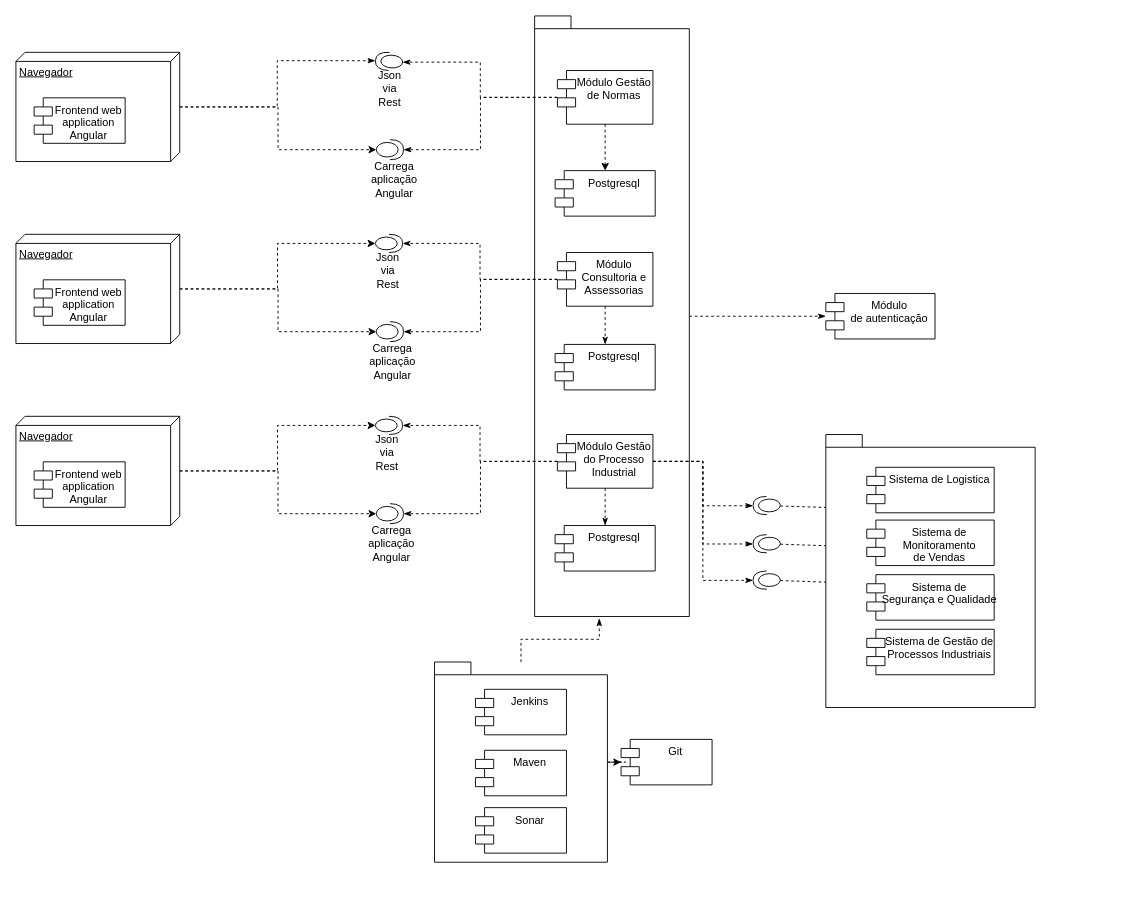
Earlier version of the draw.io diagram Diagrama de Componentes.drawio (thallysfreed/arquitetura). Source tidied: cells renumbered, new cells numbered last; positions are measured from the earlier drawing's top-left corner, leaving out a move shared by most shapes. Both pictures are drawn from the tidied source at 91%, with x=0, y=0 at pixel (15, 15).
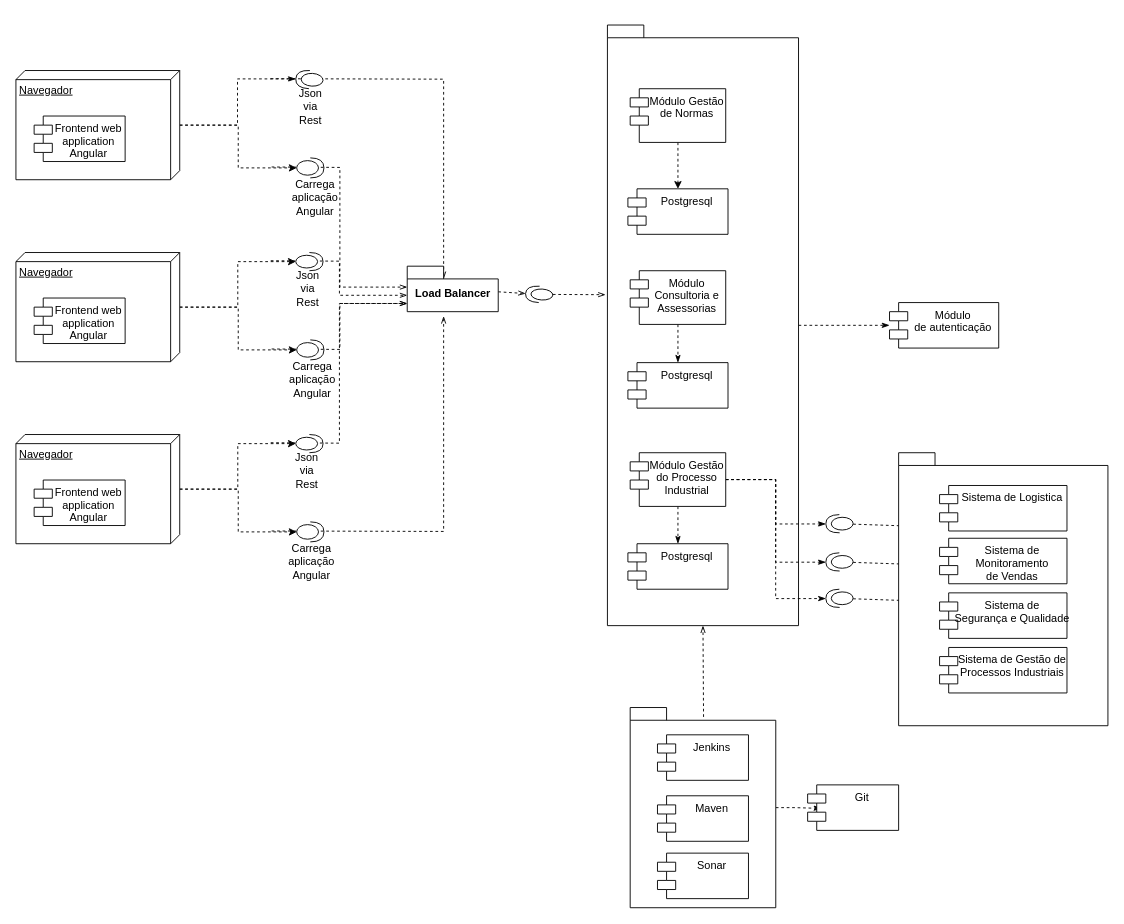
The same diagram, later.

Change to the diagram source:
```diff
@@
+    <mxCell id="67" style="edgeStyle=orthogonalEdgeStyle;rounded=0;jettySize=auto;html=1;dashed=1;startArrow=none;startFill=0;endArrow=openThin;endFill=0;entryX=0;entryY=0;entryDx=40;entryDy=14;entryPerimeter=0;" parent="1" edge="1" target="74">
+      <mxGeometry relative="1" as="geometry">
+        <mxPoint x="280" y="69" as="sourcePoint" />
+      </mxGeometry>
+    </mxCell>
     <mxCell id="2" style="shape=providedRequiredInterface;html=1;verticalLabelPosition=bottom;rotation=3;direction=west;" parent="1" vertex="1">
-      <mxGeometry x="395" y="40" width="30" height="20" as="geometry" />
+      <mxGeometry x="307.5" y="60" width="30" height="20" as="geometry" />
     </mxCell>
@@
     <mxCell id="5" value="Navegador" style="verticalAlign=top;align=left;spacingTop=8;spacingLeft=2;spacingRight=12;shape=cube;size=10;direction=south;fontStyle=4;html=1;" parent="1" vertex="1">
-      <mxGeometry y="40" width="180" height="120" as="geometry" />
+      <mxGeometry y="60" width="180" height="120" as="geometry" />
     </mxCell>
     <mxCell id="6" value="Frontend web&#10;application&#10;Angular" style="shape=module;align=left;spacingLeft=20;align=center;verticalAlign=top;" parent="1" vertex="1">
-      <mxGeometry x="20" y="90" width="100" height="50" as="geometry" />
+      <mxGeometry x="20" y="110" width="100" height="50" as="geometry" />
     </mxCell>
+    <mxCell id="68" style="edgeStyle=orthogonalEdgeStyle;rounded=0;jettySize=auto;html=1;entryX=0;entryY=0;entryDx=0;entryDy=23;entryPerimeter=0;dashed=1;startArrow=none;startFill=0;endArrow=openThin;endFill=0;" parent="1" edge="1" target="74">
+      <mxGeometry relative="1" as="geometry">
+        <mxPoint x="281" y="166" as="sourcePoint" />
+      </mxGeometry>
+    </mxCell>
     <mxCell id="7" style="shape=providedRequiredInterface;html=1;verticalLabelPosition=bottom;rotation=-180;direction=west;" parent="1" vertex="1">
-      <mxGeometry x="396" y="136" width="30" height="22" as="geometry" />
+      <mxGeometry x="308.5" y="156" width="30" height="22" as="geometry" />
     </mxCell>
@@
+    <mxCell id="69" style="edgeStyle=orthogonalEdgeStyle;rounded=0;jettySize=auto;html=1;entryX=0;entryY=0;entryDx=0;entryDy=32;entryPerimeter=0;dashed=1;startArrow=none;startFill=0;endArrow=openThin;endFill=0;" parent="1" edge="1" target="74">
+      <mxGeometry relative="1" as="geometry">
+        <mxPoint x="280" y="269" as="sourcePoint" />
+      </mxGeometry>
+    </mxCell>
     <mxCell id="9" style="shape=providedRequiredInterface;html=1;verticalLabelPosition=bottom;rotation=-180;direction=west;" parent="1" vertex="1">
-      <mxGeometry x="395" y="240" width="30" height="20" as="geometry" />
+      <mxGeometry x="307.5" y="260" width="30" height="20" as="geometry" />
     </mxCell>
@@
     <mxCell id="12" value="Navegador" style="verticalAlign=top;align=left;spacingTop=8;spacingLeft=2;spacingRight=12;shape=cube;size=10;direction=south;fontStyle=4;html=1;" parent="1" vertex="1">
-      <mxGeometry y="240" width="180" height="120" as="geometry" />
+      <mxGeometry y="260" width="180" height="120" as="geometry" />
     </mxCell>
     <mxCell id="13" value="Frontend web&#10;application&#10;Angular" style="shape=module;align=left;spacingLeft=20;align=center;verticalAlign=top;" parent="1" vertex="1">
-      <mxGeometry x="20" y="290" width="100" height="50" as="geometry" />
+      <mxGeometry x="20" y="310" width="100" height="50" as="geometry" />
     </mxCell>
+    <mxCell id="70" style="edgeStyle=orthogonalEdgeStyle;rounded=0;jettySize=auto;html=1;exitX=1;exitY=0.5;exitDx=0;exitDy=0;exitPerimeter=0;dashed=1;startArrow=none;startFill=0;endArrow=openThin;endFill=0;entryX=0;entryY=0;entryDx=0;entryDy=41;entryPerimeter=0;" parent="1" edge="1" target="74">
+      <mxGeometry relative="1" as="geometry">
+        <mxPoint x="281" y="366" as="sourcePoint" />
+      </mxGeometry>
+    </mxCell>
     <mxCell id="14" style="shape=providedRequiredInterface;html=1;verticalLabelPosition=bottom;rotation=-180;direction=west;" parent="1" vertex="1">
-      <mxGeometry x="396" y="336" width="30" height="22" as="geometry" />
+      <mxGeometry x="308.5" y="356" width="30" height="22" as="geometry" />
     </mxCell>
@@
+    <mxCell id="71" style="edgeStyle=orthogonalEdgeStyle;rounded=0;jettySize=auto;html=1;entryX=0;entryY=0;entryDx=0;entryDy=41;entryPerimeter=0;dashed=1;startArrow=none;startFill=0;endArrow=openThin;endFill=0;" parent="1" edge="1" target="74">
+      <mxGeometry relative="1" as="geometry">
+        <mxPoint x="280" y="469" as="sourcePoint" />
+      </mxGeometry>
+    </mxCell>
     <mxCell id="16" style="shape=providedRequiredInterface;html=1;verticalLabelPosition=bottom;rotation=-180;direction=west;" parent="1" vertex="1">
-      <mxGeometry x="395" y="440" width="30" height="20" as="geometry" />
+      <mxGeometry x="307.5" y="460" width="30" height="20" as="geometry" />
     </mxCell>
@@
     <mxCell id="19" value="Navegador" style="verticalAlign=top;align=left;spacingTop=8;spacingLeft=2;spacingRight=12;shape=cube;size=10;direction=south;fontStyle=4;html=1;" parent="1" vertex="1">
-      <mxGeometry y="440" width="180" height="120" as="geometry" />
+      <mxGeometry y="460" width="180" height="120" as="geometry" />
     </mxCell>
     <mxCell id="20" value="Frontend web&#10;application&#10;Angular" style="shape=module;align=left;spacingLeft=20;align=center;verticalAlign=top;" parent="1" vertex="1">
-      <mxGeometry x="20" y="490" width="100" height="50" as="geometry" />
+      <mxGeometry x="20" y="510" width="100" height="50" as="geometry" />
     </mxCell>
+    <mxCell id="72" style="edgeStyle=orthogonalEdgeStyle;rounded=0;jettySize=auto;html=1;entryX=0.4;entryY=1.1;entryDx=0;entryDy=0;entryPerimeter=0;dashed=1;startArrow=none;startFill=0;endArrow=openThin;endFill=0;" parent="1" edge="1" target="74">
+      <mxGeometry relative="1" as="geometry">
+        <mxPoint x="281" y="566" as="sourcePoint" />
+      </mxGeometry>
+    </mxCell>
     <mxCell id="21" style="shape=providedRequiredInterface;html=1;verticalLabelPosition=bottom;rotation=-180;direction=west;" parent="1" vertex="1">
-      <mxGeometry x="396" y="536" width="30" height="22" as="geometry" />
+      <mxGeometry x="308.5" y="556" width="30" height="22" as="geometry" />
     </mxCell>
     <mxCell id="22" value="Json via Rest" style="text;html=1;strokeColor=none;fillColor=none;align=center;verticalAlign=middle;whiteSpace=wrap;rounded=0;" parent="1" vertex="1">
-      <mxGeometry x="391" y="70" width="40" height="20" as="geometry" />
+      <mxGeometry x="303.5" y="90" width="40" height="20" as="geometry" />
     </mxCell>
     <mxCell id="23" value="Carrega aplicação Angular" style="text;html=1;strokeColor=none;fillColor=none;align=center;verticalAlign=middle;whiteSpace=wrap;rounded=0;" parent="1" vertex="1">
-      <mxGeometry x="396" y="170" width="40" height="20" as="geometry" />
+      <mxGeometry x="308.5" y="190" width="40" height="20" as="geometry" />
     </mxCell>
     <mxCell id="24" value="Json via Rest" style="text;html=1;strokeColor=none;fillColor=none;align=center;verticalAlign=middle;whiteSpace=wrap;rounded=0;" parent="1" vertex="1">
-      <mxGeometry x="388.5" y="270" width="40" height="20" as="geometry" />
+      <mxGeometry x="301" y="290" width="40" height="20" as="geometry" />
     </mxCell>
     <mxCell id="25" value="Carrega aplicação Angular" style="text;html=1;strokeColor=none;fillColor=none;align=center;verticalAlign=middle;whiteSpace=wrap;rounded=0;" parent="1" vertex="1">
-      <mxGeometry x="393.5" y="370" width="40" height="20" as="geometry" />
+      <mxGeometry x="306" y="390" width="40" height="20" as="geometry" />
     </mxCell>
     <mxCell id="26" value="Json via Rest" style="text;html=1;strokeColor=none;fillColor=none;align=center;verticalAlign=middle;whiteSpace=wrap;rounded=0;" parent="1" vertex="1">
-      <mxGeometry x="387.5" y="470" width="40" height="20" as="geometry" />
+      <mxGeometry x="300" y="490" width="40" height="20" as="geometry" />
     </mxCell>
     <mxCell id="27" value="Carrega aplicação Angular" style="text;html=1;strokeColor=none;fillColor=none;align=center;verticalAlign=middle;whiteSpace=wrap;rounded=0;" parent="1" vertex="1">
-      <mxGeometry x="392.5" y="570" width="40" height="20" as="geometry" />
+      <mxGeometry x="305" y="590" width="40" height="20" as="geometry" />
     </mxCell>
     <mxCell id="28" value="Módulo &#10;de autenticação" style="shape=module;align=left;spacingLeft=20;align=center;verticalAlign=top;" parent="1" vertex="1">
-      <mxGeometry x="890" y="305" width="120" height="50" as="geometry" />
+      <mxGeometry x="960" y="315" width="120" height="50" as="geometry" />
     </mxCell>
-    <mxCell id="29" style="edgeStyle=orthogonalEdgeStyle;rounded=0;jettySize=auto;html=1;dashed=1;" parent="1" edge="1" source="31" target="35">
+    <mxCell id="29" style="edgeStyle=orthogonalEdgeStyle;rounded=0;jettySize=auto;html=1;entryX=0.151;entryY=0.517;entryDx=0;entryDy=0;entryPerimeter=0;dashed=1;startArrow=none;startFill=0;endArrow=classicThin;endFill=1;" parent="1" edge="1" source="31" target="35">
       <mxGeometry relative="1" as="geometry" />
     </mxCell>
-    <mxCell id="30" style="edgeStyle=orthogonalEdgeStyle;rounded=0;jettySize=auto;html=1;entryX=0.418;entryY=1.003;entryDx=0;entryDy=0;entryPerimeter=0;dashed=1;startArrow=none;startFill=0;endArrow=classicThin;endFill=1;" parent="1" edge="1" source="31" target="48">
+    <mxCell id="30" style="edgeStyle=none;rounded=0;jettySize=auto;html=1;entryX=0.5;entryY=1;entryDx=0;entryDy=0;entryPerimeter=0;dashed=1;startArrow=none;startFill=0;endArrow=openThin;endFill=0;exitX=0.504;exitY=0.047;exitDx=0;exitDy=0;exitPerimeter=0;" parent="1" edge="1" source="31" target="48">
       <mxGeometry relative="1" as="geometry" />
     </mxCell>
     <mxCell id="31" style="shape=folder;fontStyle=1;spacingTop=10;tabWidth=40;tabHeight=14;tabPosition=left;html=1;" parent="1" vertex="1">
-      <mxGeometry x="460" y="710" width="190" height="220" as="geometry" />
+      <mxGeometry x="675" y="760" width="160" height="220" as="geometry" />
     </mxCell>
     <mxCell id="32" value="Jenkins&#10;" style="shape=module;align=left;spacingLeft=20;align=center;verticalAlign=top;" parent="1" vertex="1">
-      <mxGeometry x="505" y="740" width="100" height="50" as="geometry" />
+      <mxGeometry x="705" y="790" width="100" height="50" as="geometry" />
     </mxCell>
     <mxCell id="33" value="Maven" style="shape=module;align=left;spacingLeft=20;align=center;verticalAlign=top;" parent="1" vertex="1">
-      <mxGeometry x="505" y="807" width="100" height="50" as="geometry" />
+      <mxGeometry x="705" y="857" width="100" height="50" as="geometry" />
     </mxCell>
     <mxCell id="34" value="Sonar" style="shape=module;align=left;spacingLeft=20;align=center;verticalAlign=top;" parent="1" vertex="1">
-      <mxGeometry x="505" y="870" width="100" height="50" as="geometry" />
+      <mxGeometry x="705" y="920" width="100" height="50" as="geometry" />
     </mxCell>
     <mxCell id="35" value="Git" style="shape=module;align=left;spacingLeft=20;align=center;verticalAlign=top;" parent="1" vertex="1">
-      <mxGeometry x="665" y="795" width="100" height="50" as="geometry" />
+      <mxGeometry x="870" y="845" width="100" height="50" as="geometry" />
     </mxCell>
     <mxCell id="36" style="shape=folder;fontStyle=1;spacingTop=10;tabWidth=40;tabHeight=14;tabPosition=left;html=1;" parent="1" vertex="1">
-      <mxGeometry x="890" y="460" width="230" height="300" as="geometry" />
+      <mxGeometry x="970" y="480" width="230" height="300" as="geometry" />
     </mxCell>
     <mxCell id="37" value="Sistema de Logistica" style="shape=module;align=left;spacingLeft=20;align=center;verticalAlign=top;" parent="1" vertex="1">
-      <mxGeometry x="935" y="496" width="140" height="50" as="geometry" />
+      <mxGeometry x="1015" y="516" width="140" height="50" as="geometry" />
     </mxCell>
     <mxCell id="38" value="Sistema de &#10;Monitoramento &#10;de Vendas" style="shape=module;align=left;spacingLeft=20;align=center;verticalAlign=top;" parent="1" vertex="1">
-      <mxGeometry x="935" y="554" width="140" height="50" as="geometry" />
+      <mxGeometry x="1015" y="574" width="140" height="50" as="geometry" />
     </mxCell>
     <mxCell id="39" value="Sistema de &#10;Segurança e Qualidade" style="shape=module;align=left;spacingLeft=20;align=center;verticalAlign=top;" parent="1" vertex="1">
-      <mxGeometry x="935" y="614" width="140" height="50" as="geometry" />
+      <mxGeometry x="1015" y="634" width="140" height="50" as="geometry" />
     </mxCell>
     <mxCell id="40" value="Sistema de Gestão de&#10;Processos Industriais&#10;" style="shape=module;align=left;spacingLeft=20;align=center;verticalAlign=top;" parent="1" vertex="1">
-      <mxGeometry x="935" y="674" width="140" height="50" as="geometry" />
+      <mxGeometry x="1015" y="694" width="140" height="50" as="geometry" />
     </mxCell>
     <mxCell id="41" style="rounded=0;jettySize=auto;html=1;dashed=1;startArrow=none;startFill=0;endArrow=none;endFill=0;" parent="1" edge="1" source="42">
       <mxGeometry relative="1" as="geometry">
-        <mxPoint x="890" y="540.2" as="targetPoint" />
+        <mxPoint x="970" y="560.2" as="targetPoint" />
       </mxGeometry>
     </mxCell>
     <mxCell id="42" style="shape=providedRequiredInterface;html=1;verticalLabelPosition=bottom;rotation=-1;direction=west;" parent="1" vertex="1">
-      <mxGeometry x="810" y="528" width="30" height="20" as="geometry" />
+      <mxGeometry x="890" y="548" width="30" height="20" as="geometry" />
     </mxCell>
     <mxCell id="43" style="rounded=0;jettySize=auto;html=1;dashed=1;startArrow=none;startFill=0;endArrow=none;endFill=0;" parent="1" edge="1" source="44">
       <mxGeometry relative="1" as="geometry">
-        <mxPoint x="890" y="582.2" as="targetPoint" />
+        <mxPoint x="970" y="602.2" as="targetPoint" />
       </mxGeometry>
     </mxCell>
     <mxCell id="44" style="shape=providedRequiredInterface;html=1;verticalLabelPosition=bottom;rotation=-1;direction=west;" parent="1" vertex="1">
-      <mxGeometry x="810" y="570" width="30" height="20" as="geometry" />
+      <mxGeometry x="890" y="590" width="30" height="20" as="geometry" />
     </mxCell>
     <mxCell id="45" style="rounded=0;jettySize=auto;html=1;dashed=1;startArrow=none;startFill=0;endArrow=none;endFill=0;" parent="1" edge="1" source="46">
       <mxGeometry relative="1" as="geometry">
-        <mxPoint x="890" y="622.2" as="targetPoint" />
+        <mxPoint x="970" y="642.2" as="targetPoint" />
       </mxGeometry>
     </mxCell>
     <mxCell id="46" style="shape=providedRequiredInterface;html=1;verticalLabelPosition=bottom;rotation=-1;direction=west;" parent="1" vertex="1">
-      <mxGeometry x="810" y="610" width="30" height="20" as="geometry" />
+      <mxGeometry x="890" y="630" width="30" height="20" as="geometry" />
     </mxCell>
-    <mxCell id="47" style="edgeStyle=orthogonalEdgeStyle;rounded=0;jettySize=auto;html=1;dashed=1;startArrow=none;startFill=0;endArrow=classicThin;endFill=1;" parent="1" edge="1" source="48" target="28">
+    <mxCell id="47" style="rounded=0;jettySize=auto;html=1;dashed=1;startArrow=none;startFill=0;endArrow=classicThin;endFill=1;" parent="1" edge="1" source="48" target="28">
       <mxGeometry relative="1" as="geometry" />
     </mxCell>
     <mxCell id="48" style="shape=folder;fontStyle=1;spacingTop=10;tabWidth=40;tabHeight=14;tabPosition=left;html=1;" parent="1" vertex="1">
-      <mxGeometry x="570" width="170" height="660" as="geometry" />
+      <mxGeometry x="650" y="10" width="210" height="660" as="geometry" />
     </mxCell>
@@
-    <mxCell id="50" style="edgeStyle=orthogonalEdgeStyle;rounded=0;jettySize=auto;html=1;entryX=0;entryY=0.5;entryDx=0;entryDy=0;entryPerimeter=0;dashed=1;startArrow=none;startFill=0;endArrow=classicThin;endFill=1;" parent="1" edge="1" source="52" target="2">
-      <mxGeometry relative="1" as="geometry" />
-    </mxCell>
-    <mxCell id="51" style="edgeStyle=orthogonalEdgeStyle;rounded=0;jettySize=auto;html=1;entryX=1;entryY=0.5;entryDx=0;entryDy=0;entryPerimeter=0;dashed=1;startArrow=none;startFill=0;endArrow=classicThin;endFill=1;" parent="1" edge="1" source="52" target="7">
-      <mxGeometry relative="1" as="geometry" />
-    </mxCell>
     <mxCell id="52" value="Módulo Gestão&#10;de Normas" style="shape=module;align=left;spacingLeft=20;align=center;verticalAlign=top;" parent="1" vertex="1">
-      <mxGeometry x="595" y="60" width="105" height="59" as="geometry" />
+      <mxGeometry x="675" y="80" width="105" height="59" as="geometry" />
     </mxCell>
@@
-    <mxCell id="54" style="edgeStyle=orthogonalEdgeStyle;rounded=0;jettySize=auto;html=1;entryX=1;entryY=0.5;entryDx=0;entryDy=0;entryPerimeter=0;dashed=1;startArrow=none;startFill=0;endArrow=classicThin;endFill=1;" parent="1" edge="1" source="56" target="9">
-      <mxGeometry relative="1" as="geometry" />
-    </mxCell>
-    <mxCell id="55" style="edgeStyle=orthogonalEdgeStyle;rounded=0;jettySize=auto;html=1;entryX=1;entryY=0.5;entryDx=0;entryDy=0;entryPerimeter=0;dashed=1;startArrow=none;startFill=0;endArrow=classicThin;endFill=1;" parent="1" edge="1" source="56" target="14">
-      <mxGeometry relative="1" as="geometry" />
-    </mxCell>
     <mxCell id="56" value="Módulo&#10;Consultoria e&#10;Assessorias" style="shape=module;align=left;spacingLeft=20;align=center;verticalAlign=top;" parent="1" vertex="1">
-      <mxGeometry x="595" y="260" width="105" height="59" as="geometry" />
+      <mxGeometry x="675" y="280" width="105" height="59" as="geometry" />
     </mxCell>
@@
-    <mxCell id="61" style="edgeStyle=orthogonalEdgeStyle;rounded=0;jettySize=auto;html=1;entryX=1;entryY=0.5;entryDx=0;entryDy=0;entryPerimeter=0;dashed=1;startArrow=none;startFill=0;endArrow=classicThin;endFill=1;" parent="1" edge="1" source="63" target="16">
-      <mxGeometry relative="1" as="geometry" />
-    </mxCell>
-    <mxCell id="62" style="edgeStyle=orthogonalEdgeStyle;rounded=0;jettySize=auto;html=1;entryX=1;entryY=0.5;entryDx=0;entryDy=0;entryPerimeter=0;dashed=1;startArrow=none;startFill=0;endArrow=classicThin;endFill=1;" parent="1" edge="1" source="63" target="21">
-      <mxGeometry relative="1" as="geometry" />
-    </mxCell>
     <mxCell id="63" value="Módulo Gestão&#10;do Processo&#10;Industrial" style="shape=module;align=left;spacingLeft=20;align=center;verticalAlign=top;" parent="1" vertex="1">
-      <mxGeometry x="595" y="460" width="105" height="59" as="geometry" />
+      <mxGeometry x="675" y="480" width="105" height="59" as="geometry" />
     </mxCell>
     <mxCell id="64" value="Postgresql" style="shape=module;align=left;spacingLeft=20;align=center;verticalAlign=top;" parent="1" vertex="1">
-      <mxGeometry x="592.5" y="170" width="110" height="50" as="geometry" />
+      <mxGeometry x="672.5" y="190" width="110" height="50" as="geometry" />
     </mxCell>
     <mxCell id="65" value="Postgresql" style="shape=module;align=left;spacingLeft=20;align=center;verticalAlign=top;" parent="1" vertex="1">
-      <mxGeometry x="592.5" y="361" width="110" height="50" as="geometry" />
+      <mxGeometry x="672.5" y="381" width="110" height="50" as="geometry" />
     </mxCell>
     <mxCell id="66" value="Postgresql" style="shape=module;align=left;spacingLeft=20;align=center;verticalAlign=top;" parent="1" vertex="1">
-      <mxGeometry x="592.5" y="560" width="110" height="50" as="geometry" />
+      <mxGeometry x="672.5" y="580" width="110" height="50" as="geometry" />
     </mxCell>
+    <mxCell id="73" style="edgeStyle=none;rounded=0;jettySize=auto;html=1;dashed=1;startArrow=none;startFill=0;endArrow=openThin;endFill=0;" parent="1" edge="1" source="74" target="76">
+      <mxGeometry relative="1" as="geometry" />
+    </mxCell>
+    <mxCell id="74" value="Load Balancer" style="shape=folder;fontStyle=1;spacingTop=10;tabWidth=40;tabHeight=14;tabPosition=left;html=1;" parent="1" vertex="1">
+      <mxGeometry x="430" y="275" width="100" height="50" as="geometry" />
+    </mxCell>
+    <mxCell id="75" style="edgeStyle=none;rounded=0;jettySize=auto;html=1;entryX=-0.01;entryY=0.449;entryDx=0;entryDy=0;entryPerimeter=0;dashed=1;startArrow=none;startFill=0;endArrow=openThin;endFill=0;" parent="1" edge="1" source="76" target="48">
+      <mxGeometry relative="1" as="geometry" />
+    </mxCell>
+    <mxCell id="76" style="shape=providedRequiredInterface;html=1;verticalLabelPosition=bottom;rotation=3;direction=west;" parent="1" vertex="1">
+      <mxGeometry x="560" y="297" width="30" height="18" as="geometry" />
+    </mxCell>
```
